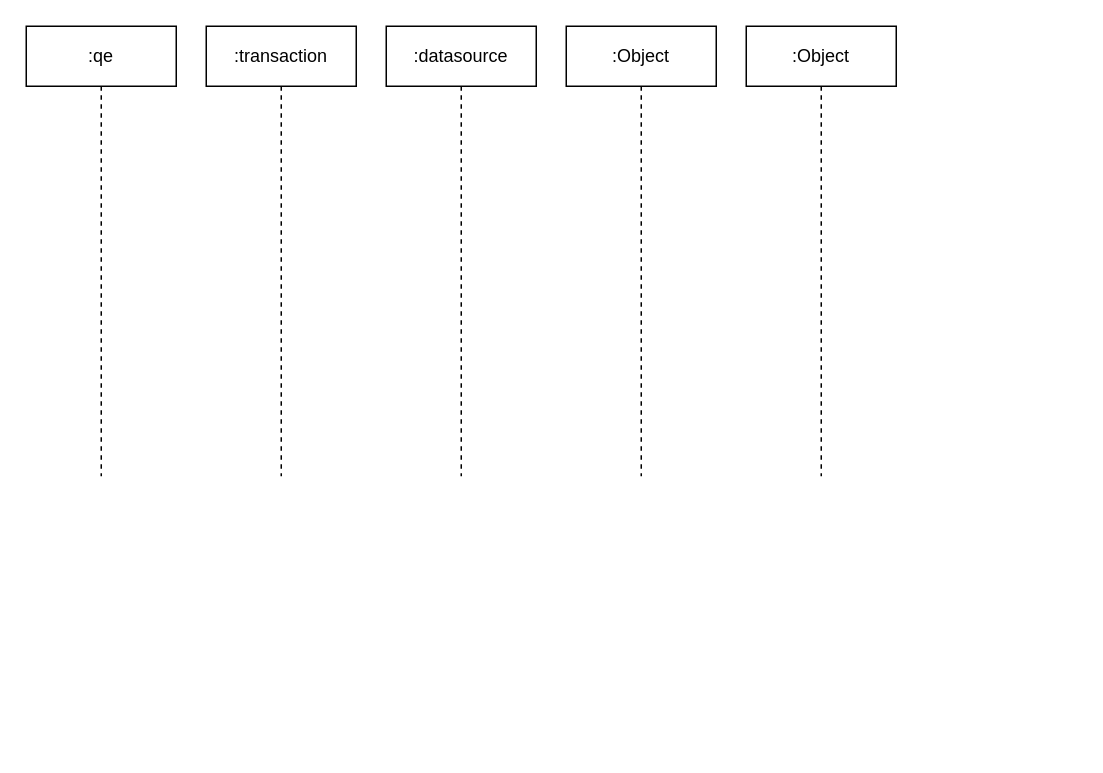
Above: page "第 1 页" (1 of 2) of 元数据存储.drawio in kouruyi/test (draw.io), before the change. Source tidied: cells renumbered, new cells numbered last; positions are measured from the earlier drawing's top-left corner, leaving out a move shared by most shapes. Both pictures are drawn from the tidied source at 150%, with x=0, y=0 at pixel (26, 26).
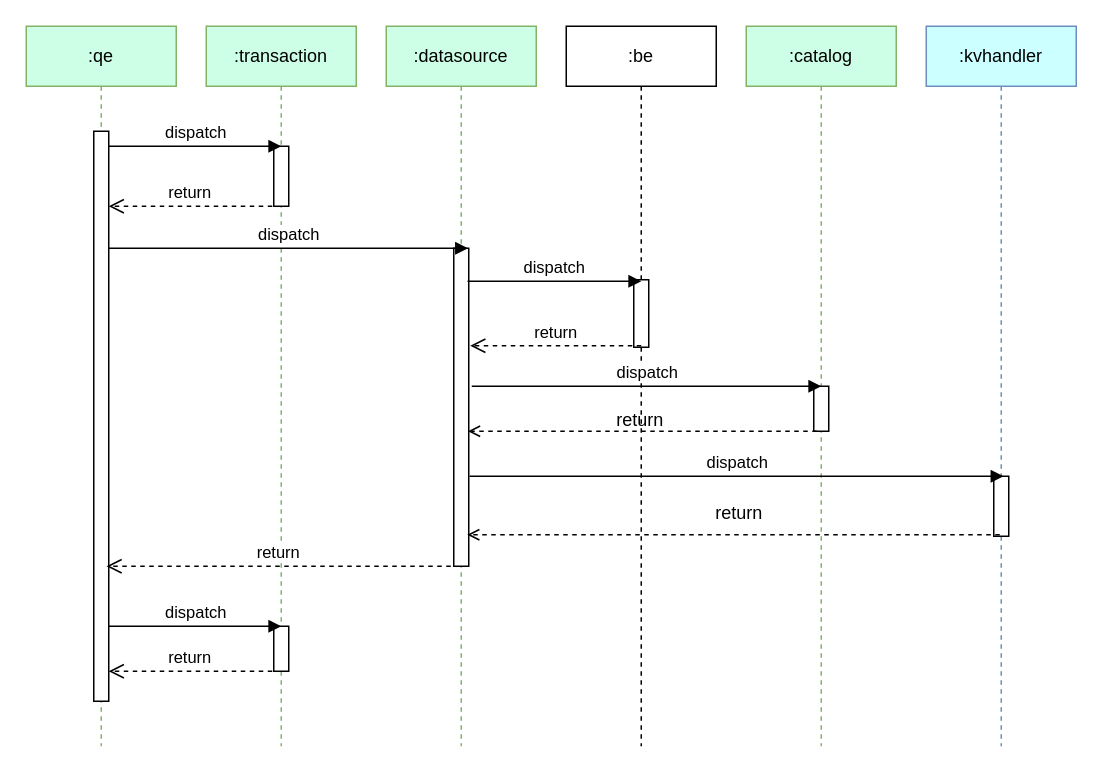
Above is the later version.

Commit message (it also covers changes not shown here):
更新元数据存储.drawio

Diff of the diagram source:
```diff
@@
-    <mxCell id="2" value=":transaction" style="shape=umlLifeline;perimeter=lifelinePerimeter;whiteSpace=wrap;html=1;newEdgeStyle={&quot;curved&quot;:0,&quot;rounded&quot;:0};" parent="1" vertex="1">
-      <mxGeometry x="120" width="100" height="300" as="geometry" />
+    <mxCell id="2" value=":transaction" style="shape=umlLifeline;perimeter=lifelinePerimeter;whiteSpace=wrap;html=1;newEdgeStyle={&quot;curved&quot;:0,&quot;rounded&quot;:0};fillColor=#CCFFE6;strokeColor=#82b366;" parent="1" vertex="1">
+      <mxGeometry x="120" width="100" height="480" as="geometry" />
     </mxCell>
+    <mxCell id="7" style="html=1;perimeter=orthogonalPerimeter;targetShapes=umlLifeline;newEdgeStyle={&quot;curved&quot;:0,&quot;rounded&quot;:0};" parent="2" vertex="1">
+      <mxGeometry x="45" y="400" width="10" height="30" as="geometry" />
+    </mxCell>
+    <mxCell id="8" style="html=1;perimeter=orthogonalPerimeter;targetShapes=umlLifeline;newEdgeStyle={&quot;curved&quot;:0,&quot;rounded&quot;:0};" parent="2" vertex="1">
+      <mxGeometry x="45" y="80" width="10" height="40" as="geometry" />
+    </mxCell>
-    <mxCell id="3" value=":qe" style="shape=umlLifeline;perimeter=lifelinePerimeter;whiteSpace=wrap;html=1;newEdgeStyle={&quot;curved&quot;:0,&quot;rounded&quot;:0};" parent="1" vertex="1">
-      <mxGeometry width="100" height="300" as="geometry" />
+    <mxCell id="3" value=":qe" style="shape=umlLifeline;perimeter=lifelinePerimeter;whiteSpace=wrap;html=1;newEdgeStyle={&quot;curved&quot;:0,&quot;rounded&quot;:0};fillColor=#CCFFE6;strokeColor=#82b366;" parent="1" vertex="1">
+      <mxGeometry width="100" height="480" as="geometry" />
     </mxCell>
+    <mxCell id="9" style="html=1;points=[[0,0,0,0,5],[0,1,0,0,-5],[1,0,0,0,5],[1,1,0,0,-5]];perimeter=orthogonalPerimeter;outlineConnect=0;targetShapes=umlLifeline;portConstraint=eastwest;newEdgeStyle={&quot;curved&quot;:0,&quot;rounded&quot;:0};" parent="3" vertex="1">
+      <mxGeometry x="45" y="70" width="10" height="380" as="geometry" />
+    </mxCell>
-    <mxCell id="4" value=":datasource" style="shape=umlLifeline;perimeter=lifelinePerimeter;whiteSpace=wrap;html=1;newEdgeStyle={&quot;curved&quot;:0,&quot;rounded&quot;:0};" parent="1" vertex="1">
-      <mxGeometry x="240" width="100" height="300" as="geometry" />
+    <mxCell id="4" value=":datasource" style="shape=umlLifeline;perimeter=lifelinePerimeter;whiteSpace=wrap;html=1;newEdgeStyle={&quot;curved&quot;:0,&quot;rounded&quot;:0};fillColor=#CCFFE6;strokeColor=#82b366;" parent="1" vertex="1">
+      <mxGeometry x="240" width="100" height="480" as="geometry" />
     </mxCell>
+    <mxCell id="10" style="html=1;perimeter=orthogonalPerimeter;targetShapes=umlLifeline;newEdgeStyle={&quot;curved&quot;:0,&quot;rounded&quot;:0};" parent="4" vertex="1">
+      <mxGeometry x="45" y="148" width="10" height="212" as="geometry" />
+    </mxCell>
-    <mxCell id="5" value=":Object" style="shape=umlLifeline;perimeter=lifelinePerimeter;whiteSpace=wrap;html=1;newEdgeStyle={&quot;curved&quot;:0,&quot;rounded&quot;:0};" parent="1" vertex="1">
-      <mxGeometry x="360" width="100" height="300" as="geometry" />
+    <mxCell id="5" value=":be" style="shape=umlLifeline;perimeter=lifelinePerimeter;whiteSpace=wrap;html=1;newEdgeStyle={&quot;curved&quot;:0,&quot;rounded&quot;:0};" parent="1" vertex="1">
+      <mxGeometry x="360" width="100" height="480" as="geometry" />
     </mxCell>
+    <mxCell id="11" style="html=1;perimeter=orthogonalPerimeter;targetShapes=umlLifeline;newEdgeStyle={&quot;curved&quot;:0,&quot;rounded&quot;:0};" parent="5" vertex="1">
+      <mxGeometry x="45" y="169" width="10" height="45" as="geometry" />
+    </mxCell>
-    <mxCell id="6" value=":Object" style="shape=umlLifeline;perimeter=lifelinePerimeter;whiteSpace=wrap;html=1;newEdgeStyle={&quot;curved&quot;:0,&quot;rounded&quot;:0};" parent="1" vertex="1">
-      <mxGeometry x="480" width="100" height="300" as="geometry" />
+    <mxCell id="6" value=":kvhandler" style="shape=umlLifeline;perimeter=lifelinePerimeter;whiteSpace=wrap;html=1;newEdgeStyle={&quot;curved&quot;:0,&quot;rounded&quot;:0};fillColor=#CCFFFF;strokeColor=#6c8ebf;" parent="1" vertex="1">
+      <mxGeometry x="600" width="100" height="480" as="geometry" />
     </mxCell>
+    <mxCell id="12" style="html=1;perimeter=orthogonalPerimeter;targetShapes=umlLifeline;newEdgeStyle={&quot;curved&quot;:0,&quot;rounded&quot;:0};" parent="6" vertex="1">
+      <mxGeometry x="45" y="300" width="10" height="40" as="geometry" />
+    </mxCell>
+    <mxCell id="13" value=":catalog" style="shape=umlLifeline;perimeter=lifelinePerimeter;whiteSpace=wrap;html=1;newEdgeStyle={&quot;curved&quot;:0,&quot;rounded&quot;:0};fillColor=#CCFFE6;strokeColor=#82b366;" parent="1" vertex="1">
+      <mxGeometry x="480" width="100" height="480" as="geometry" />
+    </mxCell>
+    <mxCell id="14" style="html=1;perimeter=orthogonalPerimeter;targetShapes=umlLifeline;newEdgeStyle={&quot;curved&quot;:0,&quot;rounded&quot;:0};" parent="13" vertex="1">
+      <mxGeometry x="45" y="240" width="10" height="30" as="geometry" />
+    </mxCell>
+    <mxCell id="15" value="return" style="html=1;verticalAlign=bottom;endArrow=open;dashed=1;endSize=8;curved=0;rounded=0;exitX=0;exitY=1;exitDx=0;exitDy=-5;" parent="1" edge="1" target="9">
+      <mxGeometry relative="1" as="geometry">
+        <mxPoint x="164" y="120" as="sourcePoint" />
+      </mxGeometry>
+    </mxCell>
+    <mxCell id="16" value="dispatch" style="html=1;verticalAlign=bottom;endArrow=block;curved=0;rounded=0;entryX=0;entryY=0;entryDx=0;entryDy=5;" parent="1" edge="1">
+      <mxGeometry relative="1" as="geometry">
+        <mxPoint x="55" y="80" as="sourcePoint" />
+        <mxPoint x="170" y="80" as="targetPoint" />
+      </mxGeometry>
+    </mxCell>
+    <mxCell id="17" value="dispatch" style="html=1;verticalAlign=bottom;endArrow=block;curved=0;rounded=0;" parent="1" edge="1" source="9">
+      <mxGeometry relative="1" as="geometry">
+        <mxPoint x="294.5" y="148" as="targetPoint" />
+      </mxGeometry>
+    </mxCell>
+    <mxCell id="18" value="dispatch" style="html=1;verticalAlign=bottom;endArrow=block;curved=0;rounded=0;" parent="1" edge="1">
+      <mxGeometry relative="1" as="geometry">
+        <mxPoint x="294.2" y="170" as="sourcePoint" />
+        <mxPoint x="410" y="170" as="targetPoint" />
+      </mxGeometry>
+    </mxCell>
+    <mxCell id="19" value="dispatch" style="html=1;verticalAlign=bottom;endArrow=block;curved=0;rounded=0;" parent="1" edge="1">
+      <mxGeometry relative="1" as="geometry">
+        <mxPoint x="297" y="240" as="sourcePoint" />
+        <mxPoint x="530" y="240" as="targetPoint" />
+      </mxGeometry>
+    </mxCell>
+    <mxCell id="20" value="dispatch" style="html=1;verticalAlign=bottom;endArrow=block;curved=0;rounded=0;" parent="1" edge="1">
+      <mxGeometry relative="1" as="geometry">
+        <mxPoint x="295.5" y="300" as="sourcePoint" />
+        <mxPoint x="651.5" y="300" as="targetPoint" />
+      </mxGeometry>
+    </mxCell>
+    <mxCell id="21" value="dispatch" style="html=1;verticalAlign=bottom;endArrow=block;curved=0;rounded=0;entryX=0;entryY=0;entryDx=0;entryDy=5;" parent="1" edge="1">
+      <mxGeometry relative="1" as="geometry">
+        <mxPoint x="55" y="400" as="sourcePoint" />
+        <mxPoint x="170" y="400" as="targetPoint" />
+      </mxGeometry>
+    </mxCell>
+    <mxCell id="22" style="rounded=0;orthogonalLoop=1;jettySize=auto;html=1;exitX=0;exitY=1;exitDx=0;exitDy=-5;exitPerimeter=0;entryX=0.5;entryY=0.901;entryDx=0;entryDy=0;entryPerimeter=0;endArrow=open;endFill=0;dashed=1;" parent="1" edge="1">
+      <mxGeometry relative="1" as="geometry">
+        <mxPoint x="649" y="339" as="sourcePoint" />
+        <mxPoint x="294" y="339" as="targetPoint" />
+      </mxGeometry>
+    </mxCell>
+    <mxCell id="23" value="return" style="text;html=1;align=center;verticalAlign=middle;strokeColor=none;fillColor=none;" parent="1" vertex="1">
+      <mxGeometry x="450" y="310" width="50" height="30" as="geometry" />
+    </mxCell>
+    <mxCell id="24" style="rounded=0;orthogonalLoop=1;jettySize=auto;html=1;entryX=0.5;entryY=0.901;entryDx=0;entryDy=0;entryPerimeter=0;endArrow=open;endFill=0;dashed=1;" parent="1" edge="1">
+      <mxGeometry relative="1" as="geometry">
+        <mxPoint x="527" y="270" as="sourcePoint" />
+        <mxPoint x="294.5" y="270" as="targetPoint" />
+      </mxGeometry>
+    </mxCell>
+    <mxCell id="25" value="return" style="text;html=1;align=center;verticalAlign=middle;strokeColor=none;fillColor=none;" parent="1" vertex="1">
+      <mxGeometry x="384" y="248" width="50" height="30" as="geometry" />
+    </mxCell>
+    <mxCell id="26" value="return" style="html=1;verticalAlign=bottom;endArrow=open;dashed=1;endSize=8;curved=0;rounded=0;exitX=0;exitY=1;exitDx=0;exitDy=-5;endFill=0;" parent="1" edge="1">
+      <mxGeometry relative="1" as="geometry">
+        <mxPoint x="410" y="213" as="sourcePoint" />
+        <mxPoint x="296" y="213" as="targetPoint" />
+      </mxGeometry>
+    </mxCell>
+    <mxCell id="27" value="return" style="html=1;verticalAlign=bottom;endArrow=open;dashed=1;endSize=8;curved=0;rounded=0;exitX=0;exitY=1;exitDx=0;exitDy=-5;" parent="1" edge="1">
+      <mxGeometry relative="1" as="geometry">
+        <mxPoint x="283" y="360" as="sourcePoint" />
+        <mxPoint x="53.5" y="360" as="targetPoint" />
+      </mxGeometry>
+    </mxCell>
+    <mxCell id="28" value="return" style="html=1;verticalAlign=bottom;endArrow=open;dashed=1;endSize=8;curved=0;rounded=0;exitX=0;exitY=1;exitDx=0;exitDy=-5;" parent="1" edge="1">
+      <mxGeometry relative="1" as="geometry">
+        <mxPoint x="164" y="430" as="sourcePoint" />
+        <mxPoint x="55" y="430" as="targetPoint" />
+      </mxGeometry>
+    </mxCell>
```
